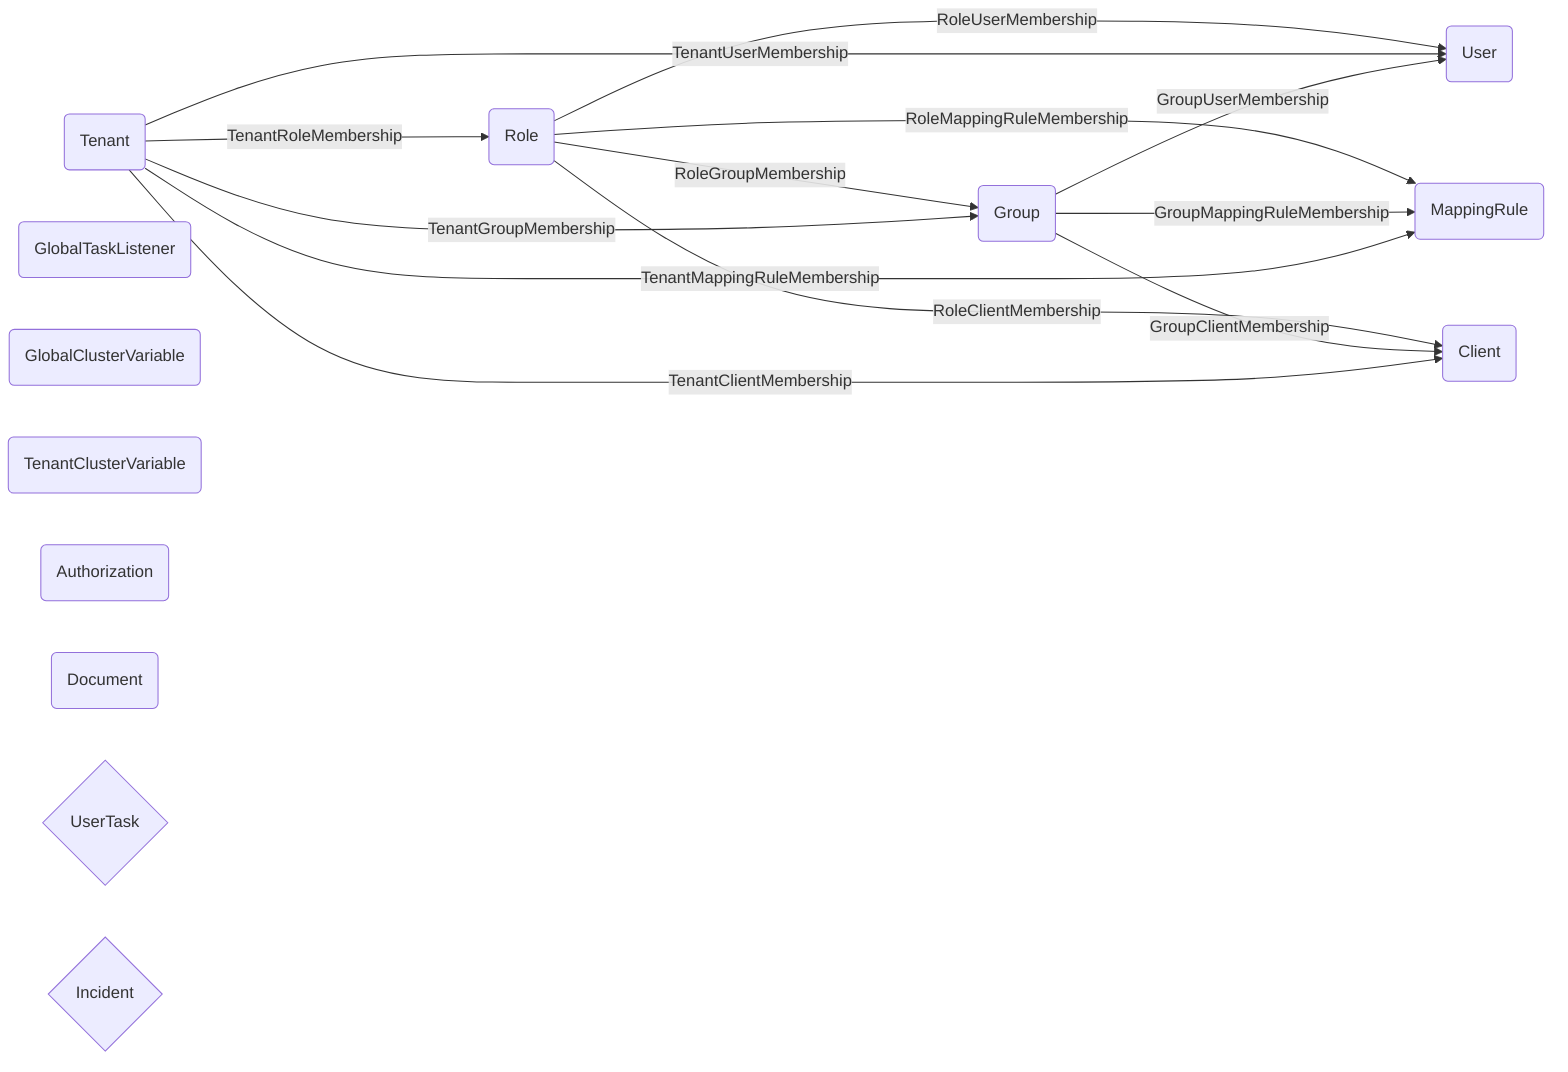
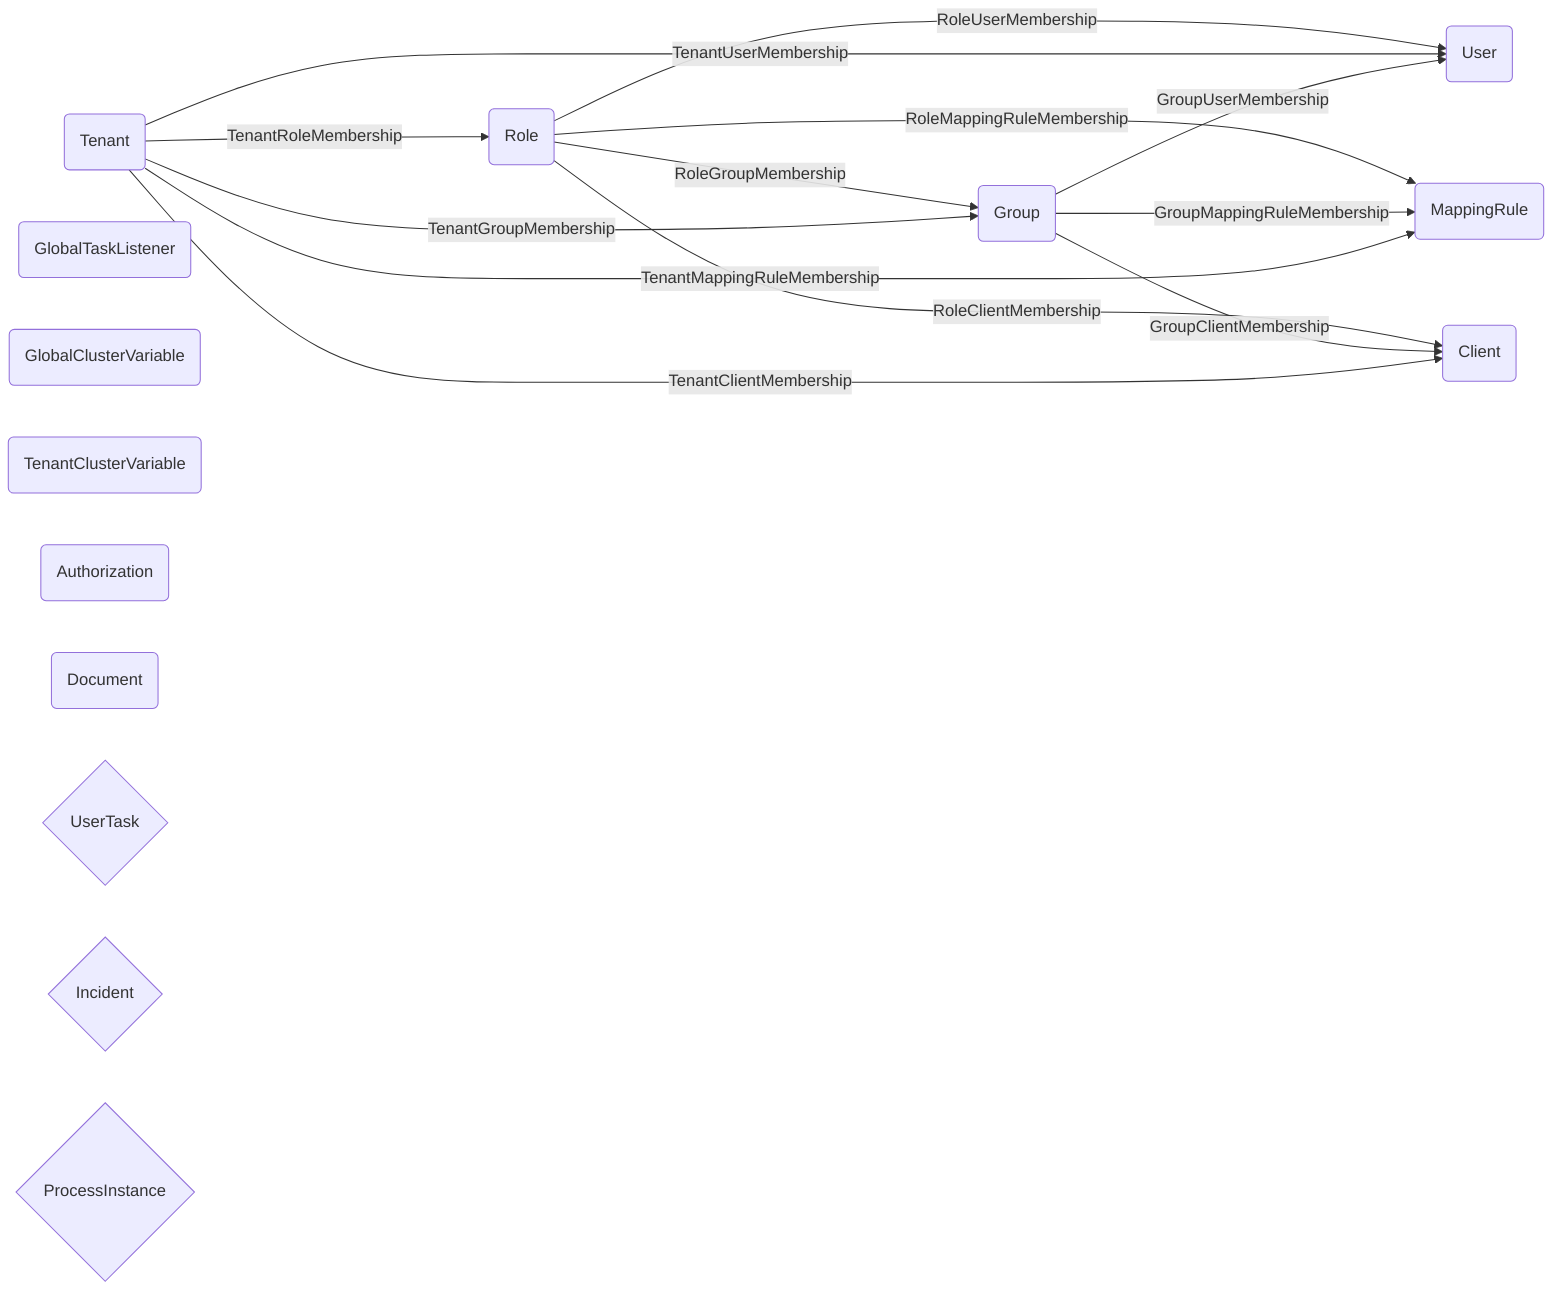
%% api-test-generator ABox (camunda-oca) — entity kinds and membership edges
graph LR
  Role(Role)
  User(User)
  Tenant(Tenant)
  Group(Group)
  MappingRule(MappingRule)
  GlobalTaskListener(GlobalTaskListener)
  GlobalClusterVariable(GlobalClusterVariable)
  TenantClusterVariable(TenantClusterVariable)
  Authorization(Authorization)
  Document(Document)
  Client(Client)
  UserTask{UserTask}
  Incident{Incident}
+   ProcessInstance{ProcessInstance}

  Role -->|"RoleUserMembership"| User
  Tenant -->|"TenantUserMembership"| User
  Group -->|"GroupUserMembership"| User
  Role -->|"RoleMappingRuleMembership"| MappingRule
  Group -->|"GroupMappingRuleMembership"| MappingRule
  Tenant -->|"TenantMappingRuleMembership"| MappingRule
  Role -->|"RoleGroupMembership"| Group
  Role -->|"RoleClientMembership"| Client
  Group -->|"GroupClientMembership"| Client
  Tenant -->|"TenantClientMembership"| Client
  Tenant -->|"TenantGroupMembership"| Group
  Tenant -->|"TenantRoleMembership"| Role
